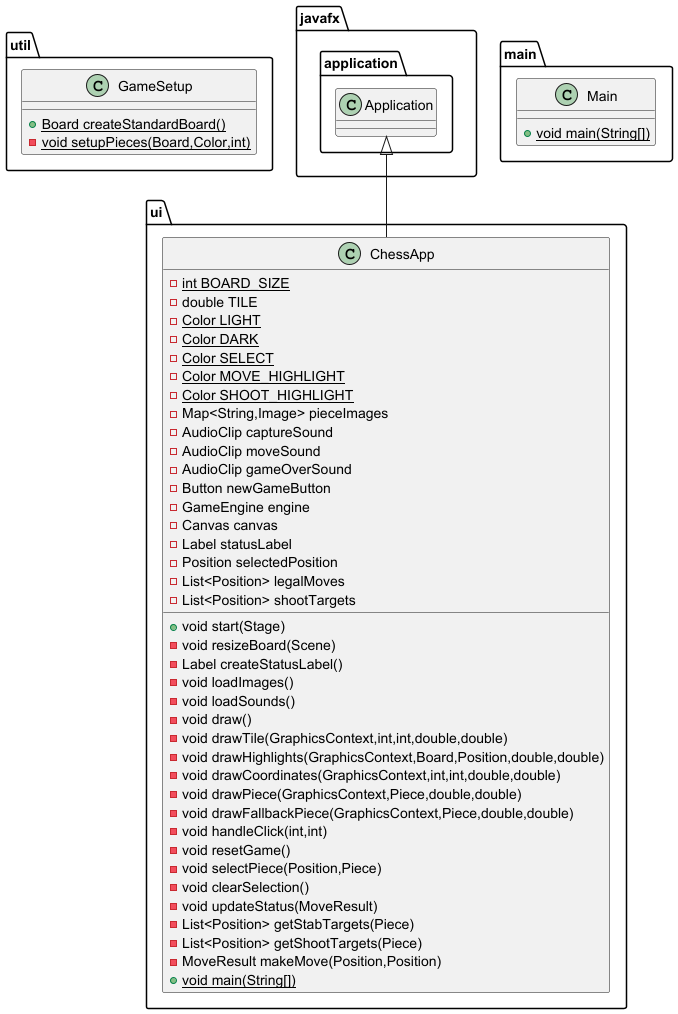
Earlier version of the PlantUML export src/main/resources/main_ui_util_diagram.png (muanxng/Kuroshiro).
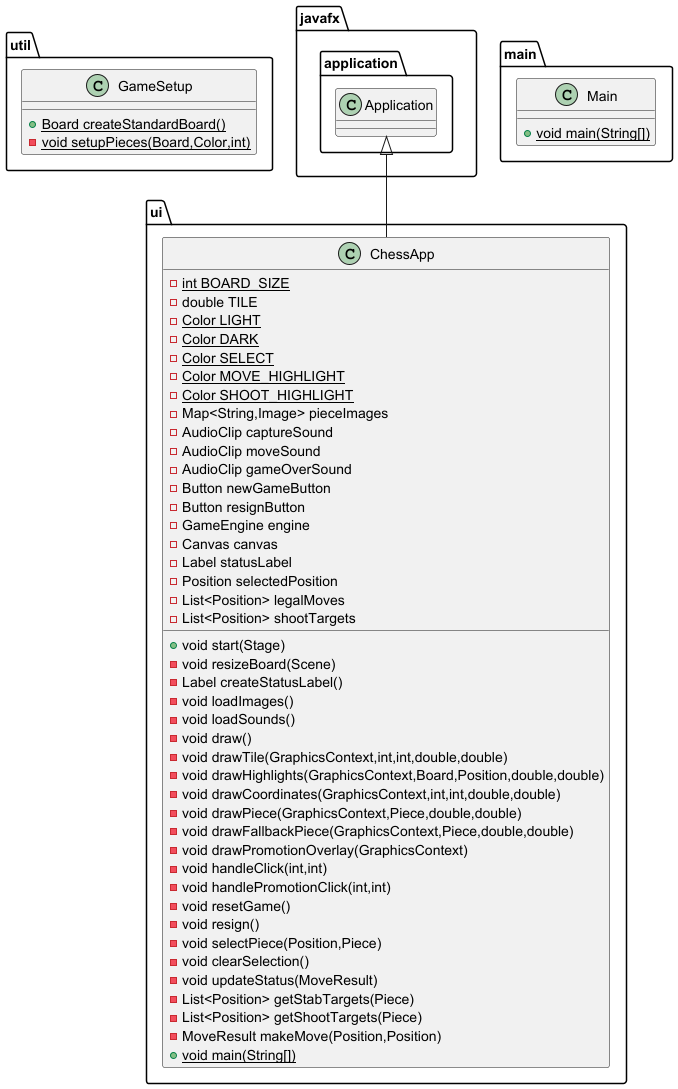
After the commit.

The edit, as a diff of the source:
```diff
@@ -17,6 +17,7 @@
 - AudioClip moveSound
 - AudioClip gameOverSound
 - Button newGameButton
+- Button resignButton
 - GameEngine engine
 - Canvas canvas
 - Label statusLabel
@@ -34,8 +35,11 @@
 - void drawCoordinates(GraphicsContext,int,int,double,double)
 - void drawPiece(GraphicsContext,Piece,double,double)
 - void drawFallbackPiece(GraphicsContext,Piece,double,double)
+- void drawPromotionOverlay(GraphicsContext)
 - void handleClick(int,int)
+- void handlePromotionClick(int,int)
 - void resetGame()
+- void resign()
 - void selectPiece(Position,Piece)
 - void clearSelection()
 - void updateStatus(MoveResult)
```
